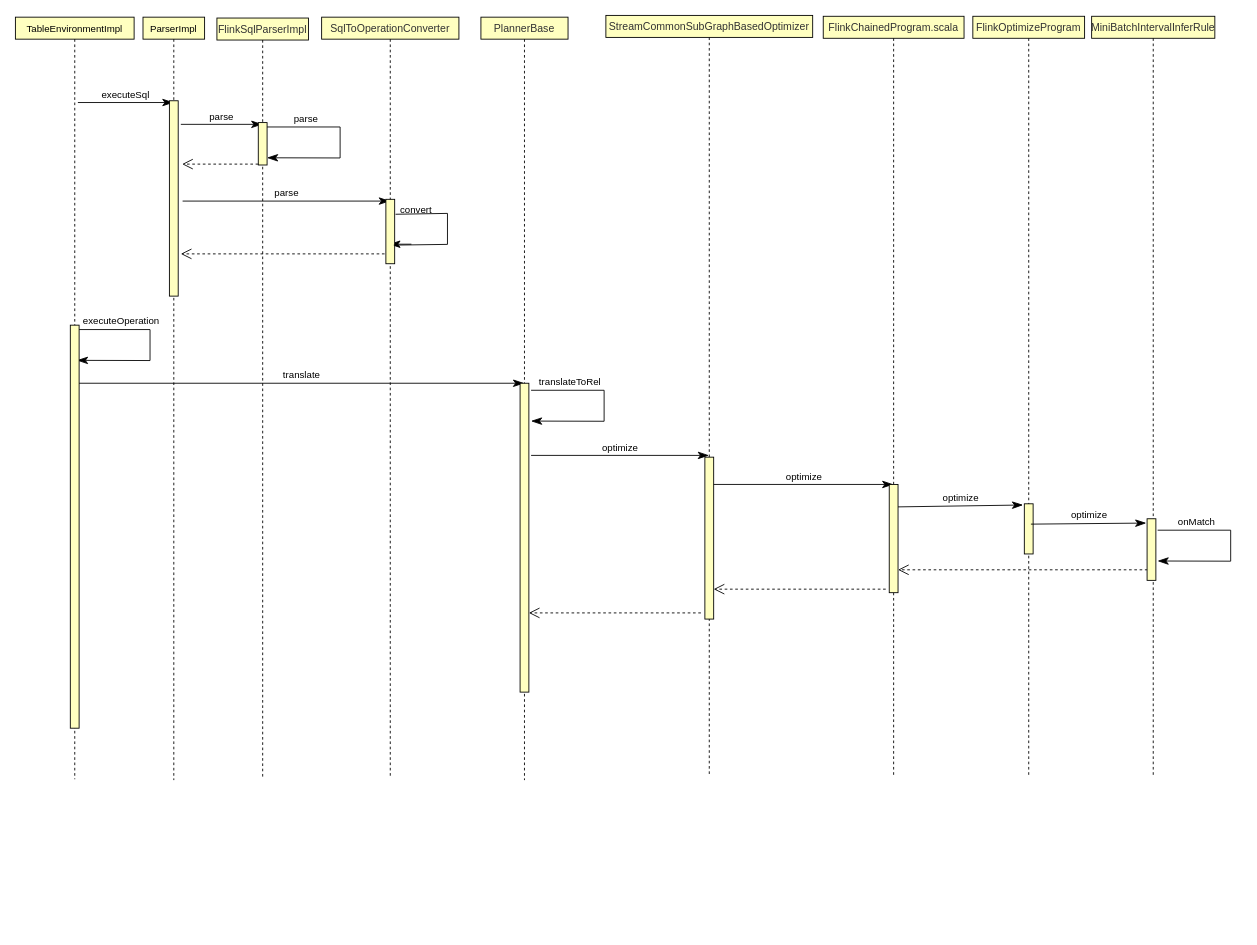
Before: Untitled Diagram.drawio in ChangjiGuo/image-repo, a draw.io diagram. Source tidied: cells renumbered, new cells numbered last; positions are measured from the earlier drawing's top-left corner, leaving out a move shared by most shapes. Both pictures are drawn from the tidied source at 88%, with x=0, y=0 at pixel (15, 15).
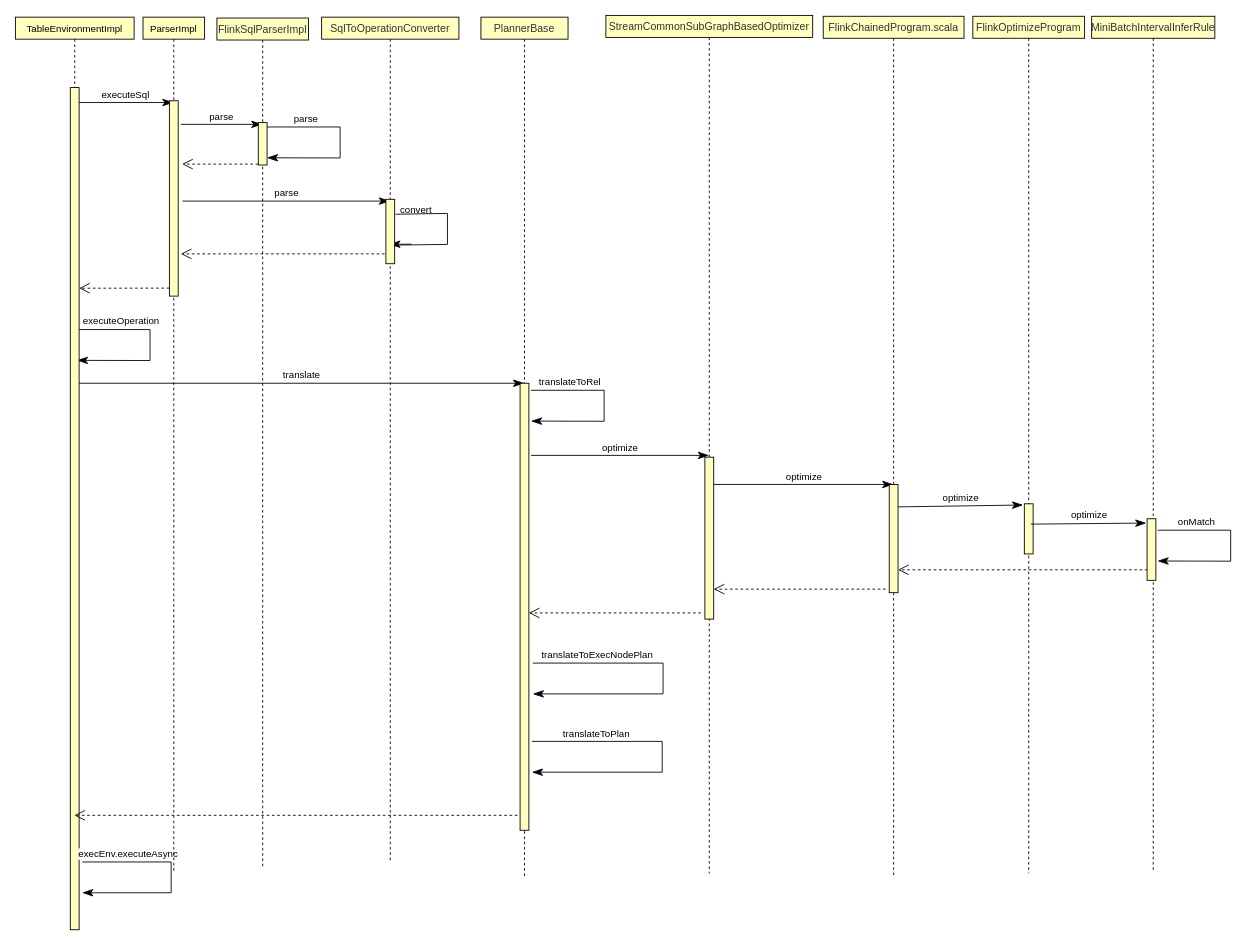
The same diagram, later.

Commit message:
sql parser

Unchanged cells that the change refers to:
```xml
<mxCell id="9" style="html=1;points=[];perimeter=orthogonalPerimeter;rounded=0;strokeColor=#000000;fillColor=#FFFFC0;" parent="8" vertex="1">
  <mxGeometry x="30" y="95" width="10" height="222" as="geometry" />
</mxCell>
```

Change to the diagram source:
```diff
@@
     <mxCell id="2" value="&lt;font style=&quot;font-size: 11px&quot;&gt;TableEnvironmentImpl&lt;/font&gt;" style="shape=umlLifeline;perimeter=lifelinePerimeter;whiteSpace=wrap;html=1;outlineConnect=0;rounded=0;strokeColor=#000000;gradientColor=none;size=25;fillColor=#FFFFC0;" parent="1" vertex="1">
-      <mxGeometry y="2" width="134.9" height="866" as="geometry" />
+      <mxGeometry y="2" width="134.9" height="1037" as="geometry" />
     </mxCell>
@@
     <mxCell id="6" style="html=1;perimeter=orthogonalPerimeter;rounded=0;strokeColor=#000000;fillColor=#FFFFC0;" parent="2" vertex="1">
-      <mxGeometry x="62.4" y="350" width="10" height="458" as="geometry" />
+      <mxGeometry x="62.4" y="80" width="10" height="957" as="geometry" />
     </mxCell>
@@
+    <mxCell id="40" style="html=1;verticalAlign=bottom;endArrow=open;rounded=0;shadow=0;sketch=0;fontSize=11;startSize=8;endSize=10;sourcePerimeterSpacing=19;targetPerimeterSpacing=14;strokeColor=#000000;strokeWidth=1;jumpStyle=none;jumpSize=17;endFill=0;dashed=1;exitX=0;exitY=0.959;exitDx=0;exitDy=0;exitPerimeter=0;" parent="2" edge="1" source="9">
+      <mxGeometry relative="1" as="geometry">
+        <mxPoint x="72.4" y="308" as="targetPoint" />
+      </mxGeometry>
+    </mxCell>
+    <mxCell id="41" value="&lt;span style=&quot;font-size: 11px&quot;&gt;execEnv.executeAsync&lt;/span&gt;" style="html=1;verticalAlign=bottom;endArrow=classicThin;rounded=0;shadow=0;sketch=0;fontSize=11;startSize=8;endSize=10;sourcePerimeterSpacing=14;targetPerimeterSpacing=19;strokeColor=#000000;strokeWidth=1;jumpStyle=none;jumpSize=17;endFill=1;" parent="2" edge="1">
+      <mxGeometry x="-0.56" relative="1" as="geometry">
+        <mxPoint x="76" y="960" as="sourcePoint" />
+        <mxPoint x="76" y="995" as="targetPoint" />
+        <Array as="points">
+          <mxPoint x="177" y="960" />
+          <mxPoint x="177" y="995" />
+        </Array>
+      </mxGeometry>
+    </mxCell>
     <mxCell id="8" value="&lt;font style=&quot;font-size: 11px&quot;&gt;ParserImpl&lt;/font&gt;" style="shape=umlLifeline;perimeter=lifelinePerimeter;whiteSpace=wrap;html=1;outlineConnect=0;rounded=0;strokeColor=#000000;gradientColor=none;size=25;fillColor=#FFFFC0;" parent="1" vertex="1">
-      <mxGeometry x="145" y="2" width="70" height="867" as="geometry" />
+      <mxGeometry x="145" y="2" width="70" height="970" as="geometry" />
     </mxCell>
@@
     <mxCell id="12" value="&lt;span style=&quot;color: rgb(50 , 50 , 50) ; background-color: rgba(255 , 255 , 255 , 0.01)&quot;&gt;FlinkSqlParserImpl&lt;/span&gt;" style="shape=umlLifeline;perimeter=lifelinePerimeter;whiteSpace=wrap;html=1;outlineConnect=0;rounded=0;strokeColor=#000000;gradientColor=none;size=25;fillColor=#FFFFC0;" parent="1" vertex="1">
-      <mxGeometry x="229" y="3" width="104" height="865" as="geometry" />
+      <mxGeometry x="229" y="3" width="104" height="967" as="geometry" />
     </mxCell>
@@
     <mxCell id="17" value="&lt;font color=&quot;#323232&quot;&gt;SqlToOperationConverter&lt;/font&gt;" style="shape=umlLifeline;perimeter=lifelinePerimeter;whiteSpace=wrap;html=1;outlineConnect=0;rounded=0;strokeColor=#000000;gradientColor=none;size=25;fillColor=#FFFFC0;" parent="1" vertex="1">
-      <mxGeometry x="348" y="2" width="156" height="863" as="geometry" />
+      <mxGeometry x="348" y="2" width="156" height="958" as="geometry" />
     </mxCell>
@@
+    <mxCell id="42" style="html=1;verticalAlign=bottom;endArrow=open;rounded=0;shadow=0;sketch=0;fontSize=11;startSize=8;endSize=10;sourcePerimeterSpacing=19;targetPerimeterSpacing=14;strokeColor=#000000;strokeWidth=1;jumpStyle=none;jumpSize=17;endFill=0;dashed=1;" parent="17" edge="1" target="2">
+      <mxGeometry relative="1" as="geometry">
+        <mxPoint x="222.5" y="907" as="sourcePoint" />
+      </mxGeometry>
+    </mxCell>
@@
     <mxCell id="21" value="&lt;font color=&quot;#323232&quot;&gt;PlannerBase&lt;/font&gt;" style="shape=umlLifeline;perimeter=lifelinePerimeter;whiteSpace=wrap;html=1;rounded=0;strokeColor=#000000;gradientColor=none;size=25;fillColor=#FFFFC0;" parent="1" vertex="1">
-      <mxGeometry x="529" y="2" width="99" height="867" as="geometry" />
+      <mxGeometry x="529" y="2" width="99" height="977" as="geometry" />
     </mxCell>
     <mxCell id="22" style="html=1;perimeter=orthogonalPerimeter;rounded=0;strokeColor=#000000;fillColor=#FFFFC0;" parent="21" vertex="1">
-      <mxGeometry x="44.5" y="416" width="10" height="351" as="geometry" />
+      <mxGeometry x="44.5" y="416" width="10" height="508" as="geometry" />
     </mxCell>
@@
+    <mxCell id="43" value="translateToExecNodePlan" style="html=1;verticalAlign=bottom;endArrow=classicThin;rounded=0;shadow=0;sketch=0;fontSize=11;startSize=8;endSize=10;sourcePerimeterSpacing=14;targetPerimeterSpacing=19;strokeColor=#000000;strokeWidth=1;jumpStyle=none;jumpSize=17;endFill=1;" parent="21" edge="1">
+      <mxGeometry x="-0.56" relative="1" as="geometry">
+        <mxPoint x="59" y="734" as="sourcePoint" />
+        <mxPoint x="59" y="769" as="targetPoint" />
+        <Array as="points">
+          <mxPoint x="207" y="734" />
+          <mxPoint x="207" y="769" />
+        </Array>
+      </mxGeometry>
+    </mxCell>
@@
     <mxCell id="26" value="&lt;font color=&quot;#323232&quot;&gt;StreamCommonSubGraphBasedOptimizer&lt;/font&gt;" style="shape=umlLifeline;perimeter=lifelinePerimeter;whiteSpace=wrap;html=1;outlineConnect=0;rounded=0;strokeColor=#000000;gradientColor=none;size=25;fillColor=#FFFFC0;" parent="1" vertex="1">
-      <mxGeometry x="671" width="235" height="865" as="geometry" />
+      <mxGeometry x="671" width="235" height="975" as="geometry" />
     </mxCell>
@@
     <mxCell id="30" value="&lt;font color=&quot;#323232&quot;&gt;FlinkChainedProgram.scala&lt;/font&gt;" style="shape=umlLifeline;perimeter=lifelinePerimeter;whiteSpace=wrap;html=1;outlineConnect=0;rounded=0;strokeColor=#000000;gradientColor=none;size=25;fillColor=#FFFFC0;" parent="1" vertex="1">
-      <mxGeometry x="918" y="1" width="160" height="864" as="geometry" />
+      <mxGeometry x="918" y="1" width="160" height="976" as="geometry" />
     </mxCell>
@@
     <mxCell id="34" value="&lt;font color=&quot;#323232&quot;&gt;FlinkOptimizeProgram&lt;/font&gt;" style="shape=umlLifeline;perimeter=lifelinePerimeter;whiteSpace=wrap;html=1;rounded=0;strokeColor=#000000;gradientColor=none;size=25;fillColor=#FFFFC0;" parent="1" vertex="1">
-      <mxGeometry x="1088" y="1" width="127" height="865" as="geometry" />
+      <mxGeometry x="1088" y="1" width="127" height="974" as="geometry" />
     </mxCell>
@@
     <mxCell id="37" value="&lt;font color=&quot;#323232&quot;&gt;MiniBatchIntervalInferRule&lt;/font&gt;" style="shape=umlLifeline;perimeter=lifelinePerimeter;whiteSpace=wrap;html=1;outlineConnect=0;rounded=0;strokeColor=#000000;gradientColor=none;size=25;fillColor=#FFFFC0;" parent="1" vertex="1">
-      <mxGeometry x="1223" y="1" width="140" height="864" as="geometry" />
+      <mxGeometry x="1223" y="1" width="140" height="973" as="geometry" />
     </mxCell>
@@
+    <mxCell id="44" value="translateToPlan" style="html=1;verticalAlign=bottom;endArrow=classicThin;rounded=0;shadow=0;sketch=0;fontSize=11;startSize=8;endSize=10;sourcePerimeterSpacing=14;targetPerimeterSpacing=19;strokeColor=#000000;strokeWidth=1;jumpStyle=none;jumpSize=17;endFill=1;" parent="1" edge="1">
+      <mxGeometry x="-0.56" relative="1" as="geometry">
+        <mxPoint x="587" y="825" as="sourcePoint" />
+        <mxPoint x="587" y="860" as="targetPoint" />
+        <Array as="points">
+          <mxPoint x="735" y="825" />
+          <mxPoint x="735" y="860" />
+        </Array>
+      </mxGeometry>
+    </mxCell>
```
